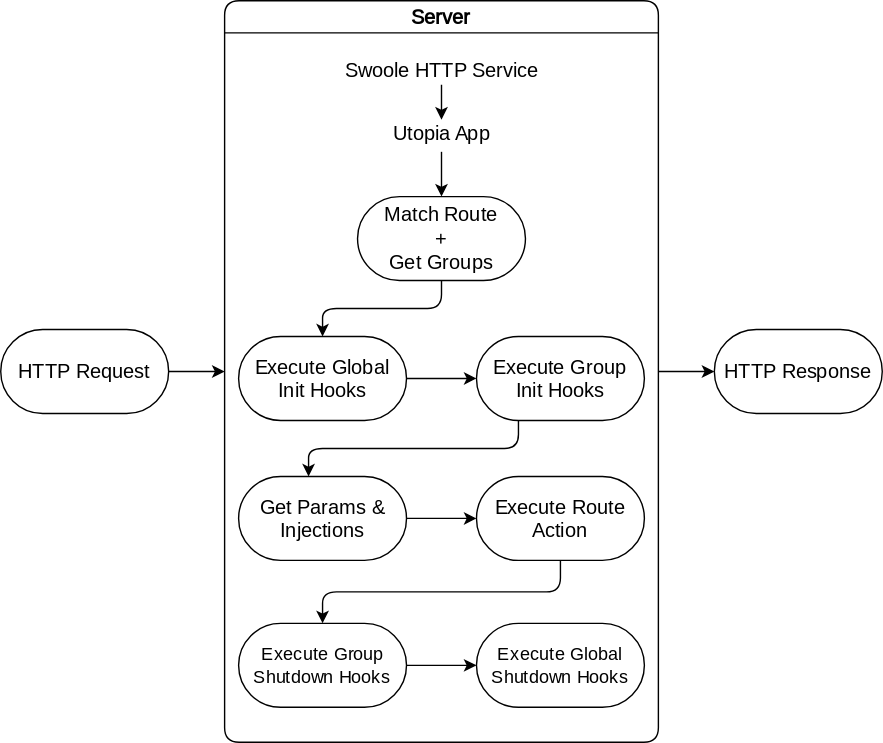
kodumbeats/utopiademo keeps this draw.io diagram as images/requests.drawio.svg. Above is the earlier version. Source tidied: cells renumbered, new cells last; positions are measured from the earlier drawing's top-left corner, leaving out a move shared by most shapes. Its diagram source:
```xml
<mxGraphModel>
  <root>
    <mxCell id="0" />
    <mxCell id="1" parent="0" />
    <mxCell id="2" value="&lt;font face=&quot;Poppins&quot; style=&quot;font-size: 14px&quot;&gt;HTTP Request&lt;/font&gt;" style="rounded=1;whiteSpace=wrap;html=1;sketch=0;arcSize=50;" parent="1" vertex="1">
      <mxGeometry y="235" width="120" height="60" as="geometry" />
    </mxCell>
    <mxCell id="3" style="edgeStyle=orthogonalEdgeStyle;curved=0;rounded=1;sketch=0;jettySize=auto;html=1;fontSize=13;" parent="1" edge="1" source="4" target="23">
      <mxGeometry relative="1" as="geometry" />
    </mxCell>
    <mxCell id="4" value="Server" style="swimlane;rounded=1;sketch=0;fontFamily=Poppins;fontSource=https%3A%2F%2Ffonts.googleapis.com%2Fcss%3Ffamily%3DPoppins;fontSize=14;" parent="1" vertex="1">
      <mxGeometry x="160" width="310" height="530" as="geometry" />
    </mxCell>
    <mxCell id="5" style="edgeStyle=orthogonalEdgeStyle;curved=0;rounded=1;sketch=0;jettySize=auto;html=1;" parent="4" edge="1" source="6" target="7">
      <mxGeometry relative="1" as="geometry" />
    </mxCell>
    <mxCell id="6" value="&lt;font style=&quot;font-size: 14px&quot;&gt;Swoole HTTP Service&lt;/font&gt;" style="text;html=1;align=center;verticalAlign=middle;points=[];fontFamily=Poppins;fontSource=https%3A%2F%2Ffonts.googleapis.com%2Fcss%3Ffamily%3DPoppins;fontSize=14;" parent="4" vertex="1">
      <mxGeometry x="75" y="40" width="160" height="20" as="geometry" />
    </mxCell>
    <mxCell id="7" value="Utopia App" style="text;html=1;align=center;verticalAlign=middle;points=[];fontFamily=Poppins;fontSource=https%3A%2F%2Ffonts.googleapis.com%2Fcss%3Ffamily%3DPoppins;fontSize=14;" parent="4" vertex="1">
      <mxGeometry x="110" y="85" width="90" height="20" as="geometry" />
    </mxCell>
    <mxCell id="8" value="&lt;span style=&quot;font-weight: normal&quot;&gt;Match Route&lt;br&gt;+&lt;br&gt;Get Groups&lt;/span&gt;" style="whiteSpace=wrap;html=1;rounded=1;fontFamily=Poppins;fontSource=https%3A%2F%2Ffonts.googleapis.com%2Fcss%3Ffamily%3DPoppins;fontSize=14;fontStyle=1;startSize=23;sketch=0;arcSize=50;" parent="4" vertex="1">
      <mxGeometry x="95" y="140" width="120" height="60" as="geometry" />
    </mxCell>
    <mxCell id="9" value="&lt;span style=&quot;font-weight: normal&quot;&gt;Execute Group&lt;br&gt;Init Hooks&lt;br&gt;&lt;/span&gt;" style="whiteSpace=wrap;html=1;rounded=1;fontFamily=Poppins;fontSource=https%3A%2F%2Ffonts.googleapis.com%2Fcss%3Ffamily%3DPoppins;fontSize=14;fontStyle=1;startSize=23;sketch=0;arcSize=50;" parent="4" vertex="1">
      <mxGeometry x="180" y="240" width="120" height="60" as="geometry" />
    </mxCell>
    <mxCell id="10" value="&lt;span style=&quot;font-weight: normal&quot;&gt;Execute Route&lt;br&gt;Action&lt;br&gt;&lt;/span&gt;" style="whiteSpace=wrap;html=1;rounded=1;fontFamily=Poppins;fontSource=https%3A%2F%2Ffonts.googleapis.com%2Fcss%3Ffamily%3DPoppins;fontSize=14;fontStyle=1;startSize=23;sketch=0;arcSize=50;" parent="4" vertex="1">
      <mxGeometry x="180" y="340" width="120" height="60" as="geometry" />
    </mxCell>
    <mxCell id="11" value="&lt;span style=&quot;font-weight: normal; font-size: 13px;&quot;&gt;Execute Global&lt;br style=&quot;font-size: 13px;&quot;&gt;Shutdown Hooks&lt;br style=&quot;font-size: 13px;&quot;&gt;&lt;/span&gt;" style="whiteSpace=wrap;html=1;rounded=1;fontFamily=Poppins;fontSource=https%3A%2F%2Ffonts.googleapis.com%2Fcss%3Ffamily%3DPoppins;fontSize=13;fontStyle=1;startSize=23;sketch=0;arcSize=50;" parent="4" vertex="1">
      <mxGeometry x="180" y="445" width="120" height="60" as="geometry" />
    </mxCell>
    <mxCell id="12" style="endArrow=classic;html=1;fontSize=13;exitX=0.5;exitY=1.15;exitDx=0;exitDy=0;exitPerimeter=0;entryX=0.5;entryY=0;entryDx=0;entryDy=0;" parent="4" edge="1" source="7" target="8">
      <mxGeometry relative="1" as="geometry" />
    </mxCell>
    <mxCell id="13" style="endArrow=classic;html=1;fontFamily=Poppins;fontSource=https%3A%2F%2Ffonts.googleapis.com%2Fcss%3Ffamily%3DPoppins;fontSize=14;entryX=0;entryY=0.5;entryDx=0;entryDy=0;exitX=1;exitY=0.5;exitDx=0;exitDy=0;" parent="1" edge="1" source="2" target="4">
      <mxGeometry relative="1" as="geometry" />
    </mxCell>
    <mxCell id="14" style="edgeStyle=orthogonalEdgeStyle;curved=0;rounded=1;sketch=0;jettySize=auto;html=1;" parent="1" edge="1" source="8" target="16">
      <mxGeometry relative="1" as="geometry" />
    </mxCell>
    <mxCell id="15" style="edgeStyle=orthogonalEdgeStyle;curved=0;rounded=1;sketch=0;jettySize=auto;html=1;" parent="1" edge="1" source="16" target="9">
      <mxGeometry relative="1" as="geometry" />
    </mxCell>
    <mxCell id="16" value="&lt;span style=&quot;font-weight: normal&quot;&gt;Execute Global&lt;br&gt;Init Hooks&lt;br&gt;&lt;/span&gt;" style="whiteSpace=wrap;html=1;rounded=1;fontFamily=Poppins;fontSource=https%3A%2F%2Ffonts.googleapis.com%2Fcss%3Ffamily%3DPoppins;fontSize=14;fontStyle=1;startSize=23;sketch=0;arcSize=50;" parent="1" vertex="1">
      <mxGeometry x="170" y="240" width="120" height="60" as="geometry" />
    </mxCell>
    <mxCell id="17" style="edgeStyle=orthogonalEdgeStyle;curved=0;rounded=1;sketch=0;jettySize=auto;html=1;" parent="1" edge="1" source="9" target="19">
      <mxGeometry relative="1" as="geometry">
        <Array as="points">
          <mxPoint x="370" y="320" />
          <mxPoint x="220" y="320" />
        </Array>
      </mxGeometry>
    </mxCell>
    <mxCell id="18" style="edgeStyle=orthogonalEdgeStyle;curved=0;rounded=1;sketch=0;jettySize=auto;html=1;" parent="1" edge="1" source="19" target="10">
      <mxGeometry relative="1" as="geometry" />
    </mxCell>
    <mxCell id="19" value="&lt;span style=&quot;font-weight: normal&quot;&gt;Get Params &amp;amp;&lt;br&gt;Injections&lt;br&gt;&lt;/span&gt;" style="whiteSpace=wrap;html=1;rounded=1;fontFamily=Poppins;fontSource=https%3A%2F%2Ffonts.googleapis.com%2Fcss%3Ffamily%3DPoppins;fontSize=14;fontStyle=1;startSize=23;sketch=0;arcSize=50;" parent="1" vertex="1">
      <mxGeometry x="170" y="340" width="120" height="60" as="geometry" />
    </mxCell>
    <mxCell id="20" style="edgeStyle=orthogonalEdgeStyle;curved=0;rounded=1;sketch=0;jettySize=auto;html=1;exitX=0.5;exitY=1;exitDx=0;exitDy=0;entryX=0.5;entryY=0;entryDx=0;entryDy=0;fontSize=13;" parent="1" edge="1" source="10" target="22">
      <mxGeometry relative="1" as="geometry" />
    </mxCell>
    <mxCell id="21" style="edgeStyle=orthogonalEdgeStyle;curved=0;rounded=1;sketch=0;jettySize=auto;html=1;" parent="1" edge="1" source="22" target="11">
      <mxGeometry relative="1" as="geometry" />
    </mxCell>
    <mxCell id="22" value="&lt;span style=&quot;font-weight: normal; font-size: 13px;&quot;&gt;Execute Group&lt;br style=&quot;font-size: 13px;&quot;&gt;Shutdown Hooks&lt;br style=&quot;font-size: 13px;&quot;&gt;&lt;/span&gt;" style="whiteSpace=wrap;html=1;rounded=1;fontFamily=Poppins;fontSource=https%3A%2F%2Ffonts.googleapis.com%2Fcss%3Ffamily%3DPoppins;fontSize=13;fontStyle=1;startSize=23;sketch=0;arcSize=50;" parent="1" vertex="1">
      <mxGeometry x="170" y="445" width="120" height="60" as="geometry" />
    </mxCell>
    <mxCell id="23" value="&lt;span style=&quot;font-weight: normal&quot;&gt;HTTP Response&lt;/span&gt;" style="whiteSpace=wrap;html=1;rounded=1;fontFamily=Poppins;fontSource=https%3A%2F%2Ffonts.googleapis.com%2Fcss%3Ffamily%3DPoppins;fontSize=14;fontStyle=1;startSize=23;sketch=0;arcSize=50;" parent="1" vertex="1">
      <mxGeometry x="510" y="235" width="120" height="60" as="geometry" />
    </mxCell>
  </root>
</mxGraphModel>
```
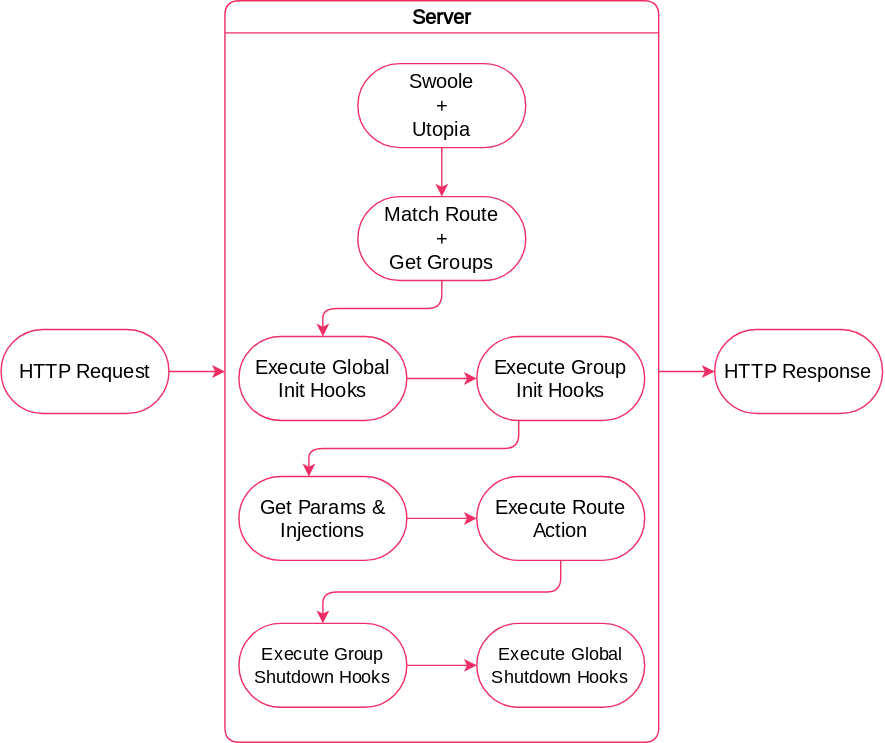
The same diagram one commit later.

Commit message:
Update flowchart colors for light/dark mode visibility

Diff of the diagram source:
```diff
@@ -2,52 +2,46 @@
   <root>
     <mxCell id="0" />
     <mxCell id="1" parent="0" />
-    <mxCell id="2" value="&lt;font face=&quot;Poppins&quot; style=&quot;font-size: 14px&quot;&gt;HTTP Request&lt;/font&gt;" style="rounded=1;whiteSpace=wrap;html=1;sketch=0;arcSize=50;" parent="1" vertex="1">
+    <mxCell id="2" value="&lt;font face=&quot;Poppins&quot; style=&quot;font-size: 14px&quot;&gt;HTTP Request&lt;/font&gt;" style="rounded=1;whiteSpace=wrap;html=1;sketch=0;arcSize=50;strokeColor=#f02e65;" parent="1" vertex="1">
       <mxGeometry y="235" width="120" height="60" as="geometry" />
     </mxCell>
-    <mxCell id="3" style="edgeStyle=orthogonalEdgeStyle;curved=0;rounded=1;sketch=0;jettySize=auto;html=1;fontSize=13;" parent="1" edge="1" source="4" target="23">
+    <mxCell id="3" style="edgeStyle=orthogonalEdgeStyle;curved=0;rounded=1;sketch=0;jettySize=auto;html=1;fontSize=13;strokeColor=#f02e65;" parent="1" edge="1" source="4" target="23">
       <mxGeometry relative="1" as="geometry" />
     </mxCell>
-    <mxCell id="4" value="Server" style="swimlane;rounded=1;sketch=0;fontFamily=Poppins;fontSource=https%3A%2F%2Ffonts.googleapis.com%2Fcss%3Ffamily%3DPoppins;fontSize=14;" parent="1" vertex="1">
+    <mxCell id="4" value="Server" style="swimlane;rounded=1;sketch=0;fontFamily=Poppins;fontSource=https%3A%2F%2Ffonts.googleapis.com%2Fcss%3Ffamily%3DPoppins;fontSize=14;strokeColor=#f02e65;" parent="1" vertex="1">
       <mxGeometry x="160" width="310" height="530" as="geometry" />
     </mxCell>
-    <mxCell id="5" style="edgeStyle=orthogonalEdgeStyle;curved=0;rounded=1;sketch=0;jettySize=auto;html=1;" parent="4" edge="1" source="6" target="7">
-      <mxGeometry relative="1" as="geometry" />
-    </mxCell>
-    <mxCell id="6" value="&lt;font style=&quot;font-size: 14px&quot;&gt;Swoole HTTP Service&lt;/font&gt;" style="text;html=1;align=center;verticalAlign=middle;points=[];fontFamily=Poppins;fontSource=https%3A%2F%2Ffonts.googleapis.com%2Fcss%3Ffamily%3DPoppins;fontSize=14;" parent="4" vertex="1">
-      <mxGeometry x="75" y="40" width="160" height="20" as="geometry" />
-    </mxCell>
-    <mxCell id="7" value="Utopia App" style="text;html=1;align=center;verticalAlign=middle;points=[];fontFamily=Poppins;fontSource=https%3A%2F%2Ffonts.googleapis.com%2Fcss%3Ffamily%3DPoppins;fontSize=14;" parent="4" vertex="1">
-      <mxGeometry x="110" y="85" width="90" height="20" as="geometry" />
-    </mxCell>
-    <mxCell id="8" value="&lt;span style=&quot;font-weight: normal&quot;&gt;Match Route&lt;br&gt;+&lt;br&gt;Get Groups&lt;/span&gt;" style="whiteSpace=wrap;html=1;rounded=1;fontFamily=Poppins;fontSource=https%3A%2F%2Ffonts.googleapis.com%2Fcss%3Ffamily%3DPoppins;fontSize=14;fontStyle=1;startSize=23;sketch=0;arcSize=50;" parent="4" vertex="1">
+    <mxCell id="8" value="&lt;span style=&quot;font-weight: normal&quot;&gt;Match Route&lt;br&gt;+&lt;br&gt;Get Groups&lt;/span&gt;" style="whiteSpace=wrap;html=1;rounded=1;fontFamily=Poppins;fontSource=https%3A%2F%2Ffonts.googleapis.com%2Fcss%3Ffamily%3DPoppins;fontSize=14;fontStyle=1;startSize=23;sketch=0;arcSize=50;strokeColor=#f02e65;" parent="4" vertex="1">
       <mxGeometry x="95" y="140" width="120" height="60" as="geometry" />
     </mxCell>
-    <mxCell id="9" value="&lt;span style=&quot;font-weight: normal&quot;&gt;Execute Group&lt;br&gt;Init Hooks&lt;br&gt;&lt;/span&gt;" style="whiteSpace=wrap;html=1;rounded=1;fontFamily=Poppins;fontSource=https%3A%2F%2Ffonts.googleapis.com%2Fcss%3Ffamily%3DPoppins;fontSize=14;fontStyle=1;startSize=23;sketch=0;arcSize=50;" parent="4" vertex="1">
+    <mxCell id="9" value="&lt;span style=&quot;font-weight: normal&quot;&gt;Execute Group&lt;br&gt;Init Hooks&lt;br&gt;&lt;/span&gt;" style="whiteSpace=wrap;html=1;rounded=1;fontFamily=Poppins;fontSource=https%3A%2F%2Ffonts.googleapis.com%2Fcss%3Ffamily%3DPoppins;fontSize=14;fontStyle=1;startSize=23;sketch=0;arcSize=50;strokeColor=#f02e65;" parent="4" vertex="1">
       <mxGeometry x="180" y="240" width="120" height="60" as="geometry" />
     </mxCell>
-    <mxCell id="10" value="&lt;span style=&quot;font-weight: normal&quot;&gt;Execute Route&lt;br&gt;Action&lt;br&gt;&lt;/span&gt;" style="whiteSpace=wrap;html=1;rounded=1;fontFamily=Poppins;fontSource=https%3A%2F%2Ffonts.googleapis.com%2Fcss%3Ffamily%3DPoppins;fontSize=14;fontStyle=1;startSize=23;sketch=0;arcSize=50;" parent="4" vertex="1">
+    <mxCell id="10" value="&lt;span style=&quot;font-weight: normal&quot;&gt;Execute Route&lt;br&gt;Action&lt;br&gt;&lt;/span&gt;" style="whiteSpace=wrap;html=1;rounded=1;fontFamily=Poppins;fontSource=https%3A%2F%2Ffonts.googleapis.com%2Fcss%3Ffamily%3DPoppins;fontSize=14;fontStyle=1;startSize=23;sketch=0;arcSize=50;strokeColor=#f02e65;" parent="4" vertex="1">
       <mxGeometry x="180" y="340" width="120" height="60" as="geometry" />
     </mxCell>
-    <mxCell id="11" value="&lt;span style=&quot;font-weight: normal; font-size: 13px;&quot;&gt;Execute Global&lt;br style=&quot;font-size: 13px;&quot;&gt;Shutdown Hooks&lt;br style=&quot;font-size: 13px;&quot;&gt;&lt;/span&gt;" style="whiteSpace=wrap;html=1;rounded=1;fontFamily=Poppins;fontSource=https%3A%2F%2Ffonts.googleapis.com%2Fcss%3Ffamily%3DPoppins;fontSize=13;fontStyle=1;startSize=23;sketch=0;arcSize=50;" parent="4" vertex="1">
+    <mxCell id="11" value="&lt;span style=&quot;font-weight: normal; font-size: 13px;&quot;&gt;Execute Global&lt;br style=&quot;font-size: 13px;&quot;&gt;Shutdown Hooks&lt;br style=&quot;font-size: 13px;&quot;&gt;&lt;/span&gt;" style="whiteSpace=wrap;html=1;rounded=1;fontFamily=Poppins;fontSource=https%3A%2F%2Ffonts.googleapis.com%2Fcss%3Ffamily%3DPoppins;fontSize=13;fontStyle=1;startSize=23;sketch=0;arcSize=50;strokeColor=#f02e65;" parent="4" vertex="1">
       <mxGeometry x="180" y="445" width="120" height="60" as="geometry" />
     </mxCell>
-    <mxCell id="12" style="endArrow=classic;html=1;fontSize=13;exitX=0.5;exitY=1.15;exitDx=0;exitDy=0;exitPerimeter=0;entryX=0.5;entryY=0;entryDx=0;entryDy=0;" parent="4" edge="1" source="7" target="8">
+    <mxCell id="12" style="endArrow=classic;html=1;fontSize=13;exitX=0.5;exitY=1;exitDx=0;exitDy=0;entryX=0.5;entryY=0;entryDx=0;entryDy=0;strokeColor=#f02e65;" parent="4" edge="1" source="24" target="8">
       <mxGeometry relative="1" as="geometry" />
     </mxCell>
+    <mxCell id="24" value="&lt;font face=&quot;Poppins&quot; style=&quot;font-size: 14px&quot;&gt;Swoole&lt;br&gt;+&lt;br&gt;Utopia&lt;br&gt;&lt;/font&gt;" style="rounded=1;whiteSpace=wrap;html=1;sketch=0;strokeColor=#f02e65;fontSize=13;arcSize=50;" parent="4" vertex="1">
+      <mxGeometry x="95" y="45" width="120" height="60" as="geometry" />
+    </mxCell>
-    <mxCell id="13" style="endArrow=classic;html=1;fontFamily=Poppins;fontSource=https%3A%2F%2Ffonts.googleapis.com%2Fcss%3Ffamily%3DPoppins;fontSize=14;entryX=0;entryY=0.5;entryDx=0;entryDy=0;exitX=1;exitY=0.5;exitDx=0;exitDy=0;" parent="1" edge="1" source="2" target="4">
+    <mxCell id="13" style="endArrow=classic;html=1;fontFamily=Poppins;fontSource=https%3A%2F%2Ffonts.googleapis.com%2Fcss%3Ffamily%3DPoppins;fontSize=14;entryX=0;entryY=0.5;entryDx=0;entryDy=0;exitX=1;exitY=0.5;exitDx=0;exitDy=0;strokeColor=#f02e65;" parent="1" edge="1" source="2" target="4">
       <mxGeometry relative="1" as="geometry" />
     </mxCell>
-    <mxCell id="14" style="edgeStyle=orthogonalEdgeStyle;curved=0;rounded=1;sketch=0;jettySize=auto;html=1;" parent="1" edge="1" source="8" target="16">
+    <mxCell id="14" style="edgeStyle=orthogonalEdgeStyle;curved=0;rounded=1;sketch=0;jettySize=auto;html=1;strokeColor=#f02e65;" parent="1" edge="1" source="8" target="16">
       <mxGeometry relative="1" as="geometry" />
     </mxCell>
-    <mxCell id="15" style="edgeStyle=orthogonalEdgeStyle;curved=0;rounded=1;sketch=0;jettySize=auto;html=1;" parent="1" edge="1" source="16" target="9">
+    <mxCell id="15" style="edgeStyle=orthogonalEdgeStyle;curved=0;rounded=1;sketch=0;jettySize=auto;html=1;strokeColor=#f02e65;" parent="1" edge="1" source="16" target="9">
       <mxGeometry relative="1" as="geometry" />
     </mxCell>
-    <mxCell id="16" value="&lt;span style=&quot;font-weight: normal&quot;&gt;Execute Global&lt;br&gt;Init Hooks&lt;br&gt;&lt;/span&gt;" style="whiteSpace=wrap;html=1;rounded=1;fontFamily=Poppins;fontSource=https%3A%2F%2Ffonts.googleapis.com%2Fcss%3Ffamily%3DPoppins;fontSize=14;fontStyle=1;startSize=23;sketch=0;arcSize=50;" parent="1" vertex="1">
+    <mxCell id="16" value="&lt;span style=&quot;font-weight: normal&quot;&gt;Execute Global&lt;br&gt;Init Hooks&lt;br&gt;&lt;/span&gt;" style="whiteSpace=wrap;html=1;rounded=1;fontFamily=Poppins;fontSource=https%3A%2F%2Ffonts.googleapis.com%2Fcss%3Ffamily%3DPoppins;fontSize=14;fontStyle=1;startSize=23;sketch=0;arcSize=50;strokeColor=#f02e65;" parent="1" vertex="1">
       <mxGeometry x="170" y="240" width="120" height="60" as="geometry" />
     </mxCell>
-    <mxCell id="17" style="edgeStyle=orthogonalEdgeStyle;curved=0;rounded=1;sketch=0;jettySize=auto;html=1;" parent="1" edge="1" source="9" target="19">
+    <mxCell id="17" style="edgeStyle=orthogonalEdgeStyle;curved=0;rounded=1;sketch=0;jettySize=auto;html=1;strokeColor=#f02e65;" parent="1" edge="1" source="9" target="19">
       <mxGeometry relative="1" as="geometry">
         <Array as="points">
           <mxPoint x="370" y="320" />
@@ -55,22 +49,22 @@
         </Array>
       </mxGeometry>
     </mxCell>
-    <mxCell id="18" style="edgeStyle=orthogonalEdgeStyle;curved=0;rounded=1;sketch=0;jettySize=auto;html=1;" parent="1" edge="1" source="19" target="10">
+    <mxCell id="18" style="edgeStyle=orthogonalEdgeStyle;curved=0;rounded=1;sketch=0;jettySize=auto;html=1;strokeColor=#f02e65;" parent="1" edge="1" source="19" target="10">
       <mxGeometry relative="1" as="geometry" />
     </mxCell>
-    <mxCell id="19" value="&lt;span style=&quot;font-weight: normal&quot;&gt;Get Params &amp;amp;&lt;br&gt;Injections&lt;br&gt;&lt;/span&gt;" style="whiteSpace=wrap;html=1;rounded=1;fontFamily=Poppins;fontSource=https%3A%2F%2Ffonts.googleapis.com%2Fcss%3Ffamily%3DPoppins;fontSize=14;fontStyle=1;startSize=23;sketch=0;arcSize=50;" parent="1" vertex="1">
+    <mxCell id="19" value="&lt;span style=&quot;font-weight: normal&quot;&gt;Get Params &amp;amp;&lt;br&gt;Injections&lt;br&gt;&lt;/span&gt;" style="whiteSpace=wrap;html=1;rounded=1;fontFamily=Poppins;fontSource=https%3A%2F%2Ffonts.googleapis.com%2Fcss%3Ffamily%3DPoppins;fontSize=14;fontStyle=1;startSize=23;sketch=0;arcSize=50;strokeColor=#f02e65;" parent="1" vertex="1">
       <mxGeometry x="170" y="340" width="120" height="60" as="geometry" />
     </mxCell>
-    <mxCell id="20" style="edgeStyle=orthogonalEdgeStyle;curved=0;rounded=1;sketch=0;jettySize=auto;html=1;exitX=0.5;exitY=1;exitDx=0;exitDy=0;entryX=0.5;entryY=0;entryDx=0;entryDy=0;fontSize=13;" parent="1" edge="1" source="10" target="22">
+    <mxCell id="20" style="edgeStyle=orthogonalEdgeStyle;curved=0;rounded=1;sketch=0;jettySize=auto;html=1;exitX=0.5;exitY=1;exitDx=0;exitDy=0;entryX=0.5;entryY=0;entryDx=0;entryDy=0;fontSize=13;strokeColor=#f02e65;" parent="1" edge="1" source="10" target="22">
       <mxGeometry relative="1" as="geometry" />
     </mxCell>
-    <mxCell id="21" style="edgeStyle=orthogonalEdgeStyle;curved=0;rounded=1;sketch=0;jettySize=auto;html=1;" parent="1" edge="1" source="22" target="11">
+    <mxCell id="21" style="edgeStyle=orthogonalEdgeStyle;curved=0;rounded=1;sketch=0;jettySize=auto;html=1;strokeColor=#f02e65;" parent="1" edge="1" source="22" target="11">
       <mxGeometry relative="1" as="geometry" />
     </mxCell>
-    <mxCell id="22" value="&lt;span style=&quot;font-weight: normal; font-size: 13px;&quot;&gt;Execute Group&lt;br style=&quot;font-size: 13px;&quot;&gt;Shutdown Hooks&lt;br style=&quot;font-size: 13px;&quot;&gt;&lt;/span&gt;" style="whiteSpace=wrap;html=1;rounded=1;fontFamily=Poppins;fontSource=https%3A%2F%2Ffonts.googleapis.com%2Fcss%3Ffamily%3DPoppins;fontSize=13;fontStyle=1;startSize=23;sketch=0;arcSize=50;" parent="1" vertex="1">
+    <mxCell id="22" value="&lt;span style=&quot;font-weight: normal; font-size: 13px;&quot;&gt;Execute Group&lt;br style=&quot;font-size: 13px;&quot;&gt;Shutdown Hooks&lt;br style=&quot;font-size: 13px;&quot;&gt;&lt;/span&gt;" style="whiteSpace=wrap;html=1;rounded=1;fontFamily=Poppins;fontSource=https%3A%2F%2Ffonts.googleapis.com%2Fcss%3Ffamily%3DPoppins;fontSize=13;fontStyle=1;startSize=23;sketch=0;arcSize=50;strokeColor=#f02e65;" parent="1" vertex="1">
       <mxGeometry x="170" y="445" width="120" height="60" as="geometry" />
     </mxCell>
-    <mxCell id="23" value="&lt;span style=&quot;font-weight: normal&quot;&gt;HTTP Response&lt;/span&gt;" style="whiteSpace=wrap;html=1;rounded=1;fontFamily=Poppins;fontSource=https%3A%2F%2Ffonts.googleapis.com%2Fcss%3Ffamily%3DPoppins;fontSize=14;fontStyle=1;startSize=23;sketch=0;arcSize=50;" parent="1" vertex="1">
+    <mxCell id="23" value="&lt;span style=&quot;font-weight: normal&quot;&gt;HTTP Response&lt;/span&gt;" style="whiteSpace=wrap;html=1;rounded=1;fontFamily=Poppins;fontSource=https%3A%2F%2Ffonts.googleapis.com%2Fcss%3Ffamily%3DPoppins;fontSize=14;fontStyle=1;startSize=23;sketch=0;arcSize=50;strokeColor=#f02e65;" parent="1" vertex="1">
       <mxGeometry x="510" y="235" width="120" height="60" as="geometry" />
     </mxCell>
   </root>
```
